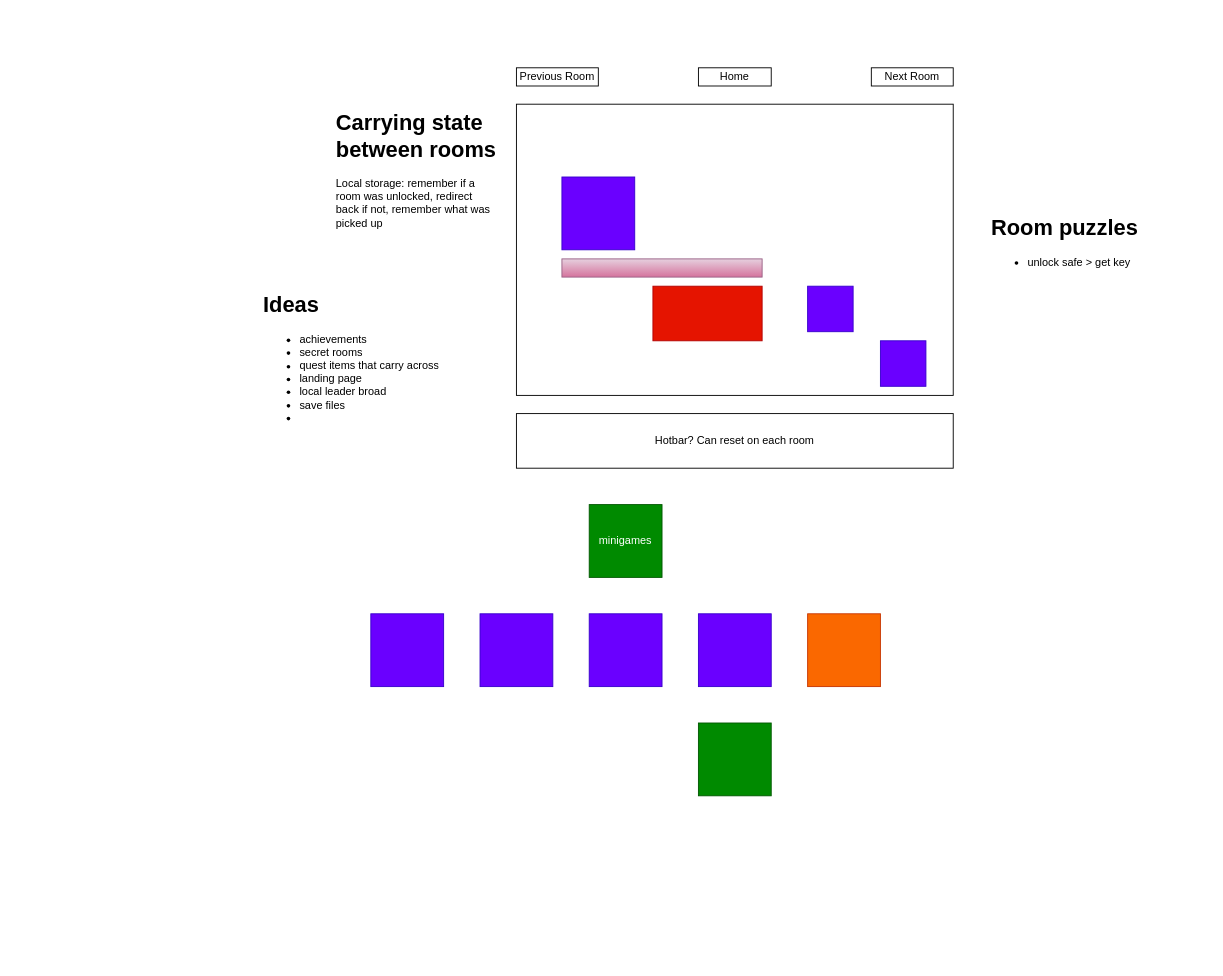
Above: plan.drawio in 2004seraph/SET08101 (draw.io), before the change. Source tidied: cells renumbered, new cells numbered last; positions are measured from the earlier drawing's top-left corner, leaving out a move shared by most shapes. Both pictures are drawn from the tidied source at 91%, with x=0, y=0 at pixel (261, 67).
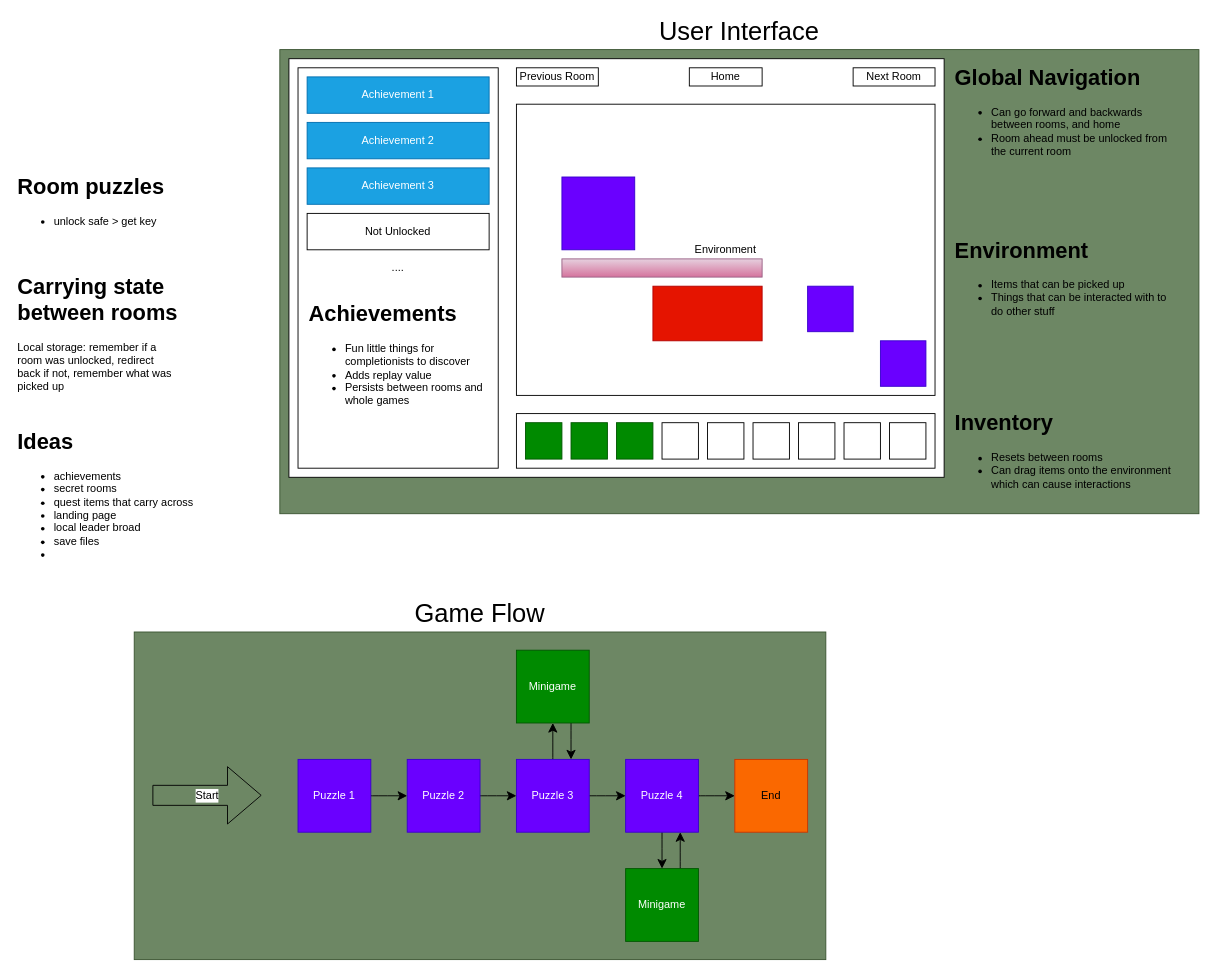
After the change.

The edit, as a diff of the source:
```diff
@@
+    <mxCell id="12" value="&lt;h1 style=&quot;margin-top: 0px;&quot;&gt;Carrying state between rooms&lt;/h1&gt;&lt;p&gt;Local storage: remember if a room was unlocked, redirect back if not, remember what was picked up&lt;/p&gt;" style="text;html=1;whiteSpace=wrap;overflow=hidden;rounded=0;" parent="1" vertex="1">
+      <mxGeometry x="-270" y="220" width="180" height="160" as="geometry" />
+    </mxCell>
+    <mxCell id="13" value="&lt;h1 style=&quot;margin-top: 0px;&quot;&gt;Ideas&lt;/h1&gt;&lt;ul&gt;&lt;li&gt;achievements&lt;/li&gt;&lt;li&gt;secret rooms&lt;/li&gt;&lt;li&gt;quest items that carry across&lt;/li&gt;&lt;li&gt;landing page&lt;/li&gt;&lt;li&gt;local leader broad&lt;/li&gt;&lt;li&gt;save files&lt;/li&gt;&lt;li&gt;&lt;br&gt;&lt;/li&gt;&lt;/ul&gt;" style="text;html=1;whiteSpace=wrap;overflow=hidden;rounded=0;" parent="1" vertex="1">
+      <mxGeometry x="-270" y="390" width="240" height="220" as="geometry" />
+    </mxCell>
+    <mxCell id="14" value="&lt;h1 style=&quot;margin-top: 0px;&quot;&gt;Room puzzles&lt;/h1&gt;&lt;ul&gt;&lt;li&gt;unlock safe &amp;gt; get key&lt;/li&gt;&lt;/ul&gt;" style="text;html=1;whiteSpace=wrap;overflow=hidden;rounded=0;" parent="1" vertex="1">
+      <mxGeometry x="-270" y="110" width="190" height="100" as="geometry" />
+    </mxCell>
+    <mxCell id="22" style="group;" parent="1" vertex="1">
+      <mxGeometry x="20" y="-20" width="1010" height="510" as="geometry" />
+    </mxCell>
+    <mxCell id="23" value="User Interface" style="rounded=0;whiteSpace=wrap;html=1;fillColor=#6d8764;fontColor=default;strokeColor=#3A5431;labelPosition=center;verticalLabelPosition=top;align=center;verticalAlign=bottom;labelBackgroundColor=none;fontSize=28;" parent="22" vertex="1">
+      <mxGeometry width="1010" height="510" as="geometry" />
+    </mxCell>
+    <mxCell id="24" style="rounded=0;whiteSpace=wrap;html=1;" parent="22" vertex="1">
+      <mxGeometry x="10" y="10" width="720" height="460" as="geometry" />
+    </mxCell>
-    <mxCell id="2" style="rounded=0;whiteSpace=wrap;html=1;" parent="1" vertex="1">
-      <mxGeometry x="280" y="40" width="480" height="320" as="geometry" />
+    <mxCell id="2" value="Environment" style="rounded=0;whiteSpace=wrap;html=1;" parent="22" vertex="1">
+      <mxGeometry x="260" y="60" width="460" height="320" as="geometry" />
     </mxCell>
-    <mxCell id="3" value="Home" style="rounded=0;whiteSpace=wrap;html=1;" parent="1" vertex="1">
-      <mxGeometry x="480" width="80" height="20" as="geometry" />
+    <mxCell id="3" value="Home" style="rounded=0;whiteSpace=wrap;html=1;" parent="22" vertex="1">
+      <mxGeometry x="450" y="20" width="80" height="20" as="geometry" />
     </mxCell>
-    <mxCell id="4" value="Previous Room" style="rounded=0;whiteSpace=wrap;html=1;" parent="1" vertex="1">
-      <mxGeometry x="280" width="90" height="20" as="geometry" />
+    <mxCell id="4" value="Previous Room" style="rounded=0;whiteSpace=wrap;html=1;" parent="22" vertex="1">
+      <mxGeometry x="260" y="20" width="90" height="20" as="geometry" />
     </mxCell>
-    <mxCell id="5" value="Next Room" style="rounded=0;whiteSpace=wrap;html=1;" parent="1" vertex="1">
-      <mxGeometry x="670" width="90" height="20" as="geometry" />
+    <mxCell id="5" value="Next Room" style="rounded=0;whiteSpace=wrap;html=1;" parent="22" vertex="1">
+      <mxGeometry x="630" y="20" width="90" height="20" as="geometry" />
     </mxCell>
-    <mxCell id="6" value="Hotbar? Can reset on each room" style="rounded=0;whiteSpace=wrap;html=1;" parent="1" vertex="1">
-      <mxGeometry x="280" y="380" width="480" height="60" as="geometry" />
+    <mxCell id="6" style="rounded=0;whiteSpace=wrap;html=1;" parent="22" vertex="1">
+      <mxGeometry x="260" y="400" width="460" height="60" as="geometry" />
     </mxCell>
-    <mxCell id="7" style="whiteSpace=wrap;html=1;fillColor=#6a00ff;fontColor=#ffffff;strokeColor=#3700CC;" parent="1" vertex="1">
-      <mxGeometry x="330" y="120" width="80" height="80" as="geometry" />
+    <mxCell id="7" style="whiteSpace=wrap;html=1;fillColor=#6a00ff;fontColor=#ffffff;strokeColor=#3700CC;" parent="22" vertex="1">
+      <mxGeometry x="310" y="140" width="80" height="80" as="geometry" />
     </mxCell>
-    <mxCell id="8" style="whiteSpace=wrap;html=1;fillColor=#6a00ff;fontColor=#ffffff;strokeColor=#3700CC;" parent="1" vertex="1">
-      <mxGeometry x="680" y="300" width="50" height="50" as="geometry" />
+    <mxCell id="8" style="whiteSpace=wrap;html=1;fillColor=#6a00ff;fontColor=#ffffff;strokeColor=#3700CC;" parent="22" vertex="1">
+      <mxGeometry x="660" y="320" width="50" height="50" as="geometry" />
     </mxCell>
-    <mxCell id="9" style="whiteSpace=wrap;html=1;fillColor=#6a00ff;fontColor=#ffffff;strokeColor=#3700CC;" parent="1" vertex="1">
-      <mxGeometry x="600" y="240" width="50" height="50" as="geometry" />
+    <mxCell id="9" style="whiteSpace=wrap;html=1;fillColor=#6a00ff;fontColor=#ffffff;strokeColor=#3700CC;" parent="22" vertex="1">
+      <mxGeometry x="580" y="260" width="50" height="50" as="geometry" />
     </mxCell>
-    <mxCell id="10" style="rounded=0;whiteSpace=wrap;html=1;fillColor=#e6d0de;strokeColor=#996185;gradientColor=#d5739d;" parent="1" vertex="1">
-      <mxGeometry x="330" y="210" width="220" height="20" as="geometry" />
+    <mxCell id="10" style="rounded=0;whiteSpace=wrap;html=1;fillColor=#e6d0de;strokeColor=#996185;gradientColor=#d5739d;" parent="22" vertex="1">
+      <mxGeometry x="310" y="230" width="220" height="20" as="geometry" />
     </mxCell>
-    <mxCell id="11" style="rounded=0;whiteSpace=wrap;html=1;fillColor=#e51400;strokeColor=#B20000;fontColor=#ffffff;" parent="1" vertex="1">
-      <mxGeometry x="430" y="240" width="120" height="60" as="geometry" />
+    <mxCell id="11" style="rounded=0;whiteSpace=wrap;html=1;fillColor=#e51400;strokeColor=#B20000;fontColor=#ffffff;" parent="22" vertex="1">
+      <mxGeometry x="410" y="260" width="120" height="60" as="geometry" />
     </mxCell>
-    <mxCell id="12" value="&lt;h1 style=&quot;margin-top: 0px;&quot;&gt;Carrying state between rooms&lt;/h1&gt;&lt;p&gt;Local storage: remember if a room was unlocked, redirect back if not, remember what was picked up&lt;/p&gt;" style="text;html=1;whiteSpace=wrap;overflow=hidden;rounded=0;" parent="1" vertex="1">
-      <mxGeometry x="80" y="40" width="180" height="160" as="geometry" />
-    </mxCell>
-    <mxCell id="13" value="&lt;h1 style=&quot;margin-top: 0px;&quot;&gt;Ideas&lt;/h1&gt;&lt;ul&gt;&lt;li&gt;achievements&lt;/li&gt;&lt;li&gt;secret rooms&lt;/li&gt;&lt;li&gt;quest items that carry across&lt;/li&gt;&lt;li&gt;landing page&lt;/li&gt;&lt;li&gt;local leader broad&lt;/li&gt;&lt;li&gt;save files&lt;/li&gt;&lt;li&gt;&lt;br&gt;&lt;/li&gt;&lt;/ul&gt;" style="text;html=1;whiteSpace=wrap;overflow=hidden;rounded=0;" parent="1" vertex="1">
-      <mxGeometry y="240" width="240" height="220" as="geometry" />
-    </mxCell>
-    <mxCell id="14" value="&lt;h1 style=&quot;margin-top: 0px;&quot;&gt;Room puzzles&lt;/h1&gt;&lt;ul&gt;&lt;li&gt;unlock safe &amp;gt; get key&lt;/li&gt;&lt;/ul&gt;" style="text;html=1;whiteSpace=wrap;overflow=hidden;rounded=0;" parent="1" vertex="1">
-      <mxGeometry x="800" y="155" width="240" height="220" as="geometry" />
-    </mxCell>
+    <mxCell id="25" style="whiteSpace=wrap;html=1;fillColor=#008a00;fontColor=#ffffff;strokeColor=#005700;" parent="22" vertex="1">
+      <mxGeometry x="270" y="410" width="40" height="40" as="geometry" />
+    </mxCell>
+    <mxCell id="26" style="whiteSpace=wrap;html=1;fillColor=#008a00;fontColor=#ffffff;strokeColor=#005700;" parent="22" vertex="1">
+      <mxGeometry x="320" y="410" width="40" height="40" as="geometry" />
+    </mxCell>
+    <mxCell id="27" style="whiteSpace=wrap;html=1;fillColor=#008a00;fontColor=#ffffff;strokeColor=#005700;" parent="22" vertex="1">
+      <mxGeometry x="370" y="410" width="40" height="40" as="geometry" />
+    </mxCell>
+    <mxCell id="28" style="whiteSpace=wrap;html=1;" parent="22" vertex="1">
+      <mxGeometry x="420" y="410" width="40" height="40" as="geometry" />
+    </mxCell>
+    <mxCell id="29" style="whiteSpace=wrap;html=1;" parent="22" vertex="1">
+      <mxGeometry x="470" y="410" width="40" height="40" as="geometry" />
+    </mxCell>
+    <mxCell id="30" style="whiteSpace=wrap;html=1;" parent="22" vertex="1">
+      <mxGeometry x="520" y="410" width="40" height="40" as="geometry" />
+    </mxCell>
+    <mxCell id="31" style="whiteSpace=wrap;html=1;" parent="22" vertex="1">
+      <mxGeometry x="570" y="410" width="40" height="40" as="geometry" />
+    </mxCell>
+    <mxCell id="32" style="whiteSpace=wrap;html=1;" parent="22" vertex="1">
+      <mxGeometry x="620" y="410" width="40" height="40" as="geometry" />
+    </mxCell>
+    <mxCell id="33" style="whiteSpace=wrap;html=1;" parent="22" vertex="1">
+      <mxGeometry x="670" y="410" width="40" height="40" as="geometry" />
+    </mxCell>
+    <mxCell id="34" value="&lt;h1 style=&quot;margin-top: 0px;&quot;&gt;Inventory&lt;/h1&gt;&lt;ul&gt;&lt;li&gt;Resets between rooms&lt;/li&gt;&lt;li&gt;Can drag items onto the environment which can cause interactions&lt;/li&gt;&lt;/ul&gt;" style="text;html=1;whiteSpace=wrap;overflow=hidden;rounded=0;" parent="22" vertex="1">
+      <mxGeometry x="740" y="390" width="240" height="110" as="geometry" />
+    </mxCell>
+    <mxCell id="35" value="&lt;h1 style=&quot;margin-top: 0px;&quot;&gt;Global Navigation&lt;/h1&gt;&lt;ul&gt;&lt;li&gt;Can go forward and backwards between rooms, and home&lt;/li&gt;&lt;li&gt;Room ahead must be unlocked from the current room&lt;/li&gt;&lt;/ul&gt;" style="text;html=1;whiteSpace=wrap;overflow=hidden;rounded=0;" parent="22" vertex="1">
+      <mxGeometry x="740" y="10" width="240" height="110" as="geometry" />
+    </mxCell>
+    <mxCell id="36" value="&lt;h1 style=&quot;margin-top: 0px;&quot;&gt;Environment&lt;/h1&gt;&lt;ul&gt;&lt;li&gt;Items that can be picked up&lt;/li&gt;&lt;li&gt;Things that can be interacted with to do other stuff&lt;/li&gt;&lt;/ul&gt;" style="text;html=1;whiteSpace=wrap;overflow=hidden;rounded=0;" parent="22" vertex="1">
+      <mxGeometry x="740" y="200" width="240" height="110" as="geometry" />
+    </mxCell>
+    <mxCell id="37" value="...." style="rounded=0;whiteSpace=wrap;html=1;" parent="22" vertex="1">
+      <mxGeometry x="20" y="20" width="220" height="440" as="geometry" />
+    </mxCell>
+    <mxCell id="38" value="Achievement 1" style="rounded=0;whiteSpace=wrap;html=1;fillColor=#1ba1e2;strokeColor=#006EAF;fontColor=#ffffff;" parent="22" vertex="1">
+      <mxGeometry x="30" y="30" width="200" height="40" as="geometry" />
+    </mxCell>
+    <mxCell id="39" value="Achievement 2" style="rounded=0;whiteSpace=wrap;html=1;fillColor=#1ba1e2;strokeColor=#006EAF;fontColor=#ffffff;" parent="22" vertex="1">
+      <mxGeometry x="30" y="80" width="200" height="40" as="geometry" />
+    </mxCell>
+    <mxCell id="40" value="Achievement 3" style="rounded=0;whiteSpace=wrap;html=1;fillColor=#1ba1e2;strokeColor=#006EAF;fontColor=#ffffff;" parent="22" vertex="1">
+      <mxGeometry x="30" y="130" width="200" height="40" as="geometry" />
+    </mxCell>
+    <mxCell id="41" value="Not Unlocked" style="rounded=0;whiteSpace=wrap;html=1;" parent="22" vertex="1">
+      <mxGeometry x="30" y="180" width="200" height="40" as="geometry" />
+    </mxCell>
+    <mxCell id="42" value="&lt;h1 style=&quot;margin-top: 0px;&quot;&gt;Achievements&lt;/h1&gt;&lt;ul&gt;&lt;li&gt;Fun little things for completionists to discover&lt;/li&gt;&lt;li&gt;Adds replay value&lt;/li&gt;&lt;li&gt;Persists between rooms and whole games&lt;/li&gt;&lt;/ul&gt;" style="text;html=1;whiteSpace=wrap;overflow=hidden;rounded=0;" parent="22" vertex="1">
+      <mxGeometry x="30" y="270" width="200" height="180" as="geometry" />
+    </mxCell>
+    <mxCell id="43" style="group;" parent="1" vertex="1">
+      <mxGeometry x="-140" y="620" width="760" height="360" as="geometry" />
+    </mxCell>
+    <mxCell id="44" value="Game Flow" style="rounded=0;whiteSpace=wrap;html=1;fillColor=#6d8764;fontColor=default;strokeColor=#3A5431;labelPosition=center;verticalLabelPosition=top;align=center;verticalAlign=bottom;labelBackgroundColor=none;fontSize=28;" parent="43" vertex="1">
+      <mxGeometry width="760" height="360" as="geometry" />
+    </mxCell>
+    <mxCell id="45" style="edgeStyle=none;curved=1;rounded=0;jettySize=auto;html=1;exitX=1;exitY=0.5;exitDx=0;exitDy=0;entryX=0;entryY=0.5;entryDx=0;entryDy=0;fontSize=12;startSize=8;endSize=8;" parent="43" edge="1" source="15" target="16">
+      <mxGeometry relative="1" as="geometry" />
+    </mxCell>
-    <mxCell id="15" style="whiteSpace=wrap;html=1;fillColor=#6a00ff;fontColor=#ffffff;strokeColor=#3700CC;" parent="1" vertex="1">
-      <mxGeometry x="240" y="600" width="80" height="80" as="geometry" />
+    <mxCell id="15" value="Puzzle 2" style="whiteSpace=wrap;html=1;fillColor=#6a00ff;fontColor=#ffffff;strokeColor=#3700CC;" parent="43" vertex="1">
+      <mxGeometry x="300" y="140" width="80" height="80" as="geometry" />
     </mxCell>
+    <mxCell id="46" style="edgeStyle=none;curved=1;rounded=0;jettySize=auto;html=1;exitX=1;exitY=0.5;exitDx=0;exitDy=0;entryX=0;entryY=0.5;entryDx=0;entryDy=0;fontSize=12;startSize=8;endSize=8;" parent="43" edge="1" source="16" target="17">
+      <mxGeometry relative="1" as="geometry" />
+    </mxCell>
+    <mxCell id="47" style="edgeStyle=none;curved=1;rounded=0;jettySize=auto;html=1;exitX=0.5;exitY=0;exitDx=0;exitDy=0;entryX=0.5;entryY=1;entryDx=0;entryDy=0;fontSize=12;startSize=8;endSize=8;" parent="43" edge="1" source="16" target="20">
+      <mxGeometry relative="1" as="geometry" />
+    </mxCell>
-    <mxCell id="16" style="whiteSpace=wrap;html=1;fillColor=#6a00ff;fontColor=#ffffff;strokeColor=#3700CC;" parent="1" vertex="1">
-      <mxGeometry x="360" y="600" width="80" height="80" as="geometry" />
+    <mxCell id="16" value="Puzzle 3" style="whiteSpace=wrap;html=1;fillColor=#6a00ff;fontColor=#ffffff;strokeColor=#3700CC;" parent="43" vertex="1">
+      <mxGeometry x="420" y="140" width="80" height="80" as="geometry" />
     </mxCell>
+    <mxCell id="48" style="edgeStyle=none;curved=1;rounded=0;jettySize=auto;html=1;exitX=1;exitY=0.5;exitDx=0;exitDy=0;entryX=0;entryY=0.5;entryDx=0;entryDy=0;fontSize=12;startSize=8;endSize=8;" parent="43" edge="1" source="17" target="18">
+      <mxGeometry relative="1" as="geometry" />
+    </mxCell>
+    <mxCell id="49" style="edgeStyle=none;curved=1;rounded=0;jettySize=auto;html=1;exitX=0.5;exitY=1;exitDx=0;exitDy=0;entryX=0.5;entryY=0;entryDx=0;entryDy=0;fontSize=12;startSize=8;endSize=8;" parent="43" edge="1" source="17" target="19">
+      <mxGeometry relative="1" as="geometry" />
+    </mxCell>
-    <mxCell id="17" style="whiteSpace=wrap;html=1;fillColor=#6a00ff;fontColor=#ffffff;strokeColor=#3700CC;" parent="1" vertex="1">
-      <mxGeometry x="480" y="600" width="80" height="80" as="geometry" />
+    <mxCell id="17" value="Puzzle 4" style="whiteSpace=wrap;html=1;fillColor=#6a00ff;fontColor=#ffffff;strokeColor=#3700CC;" parent="43" vertex="1">
+      <mxGeometry x="540" y="140" width="80" height="80" as="geometry" />
     </mxCell>
-    <mxCell id="18" style="whiteSpace=wrap;html=1;fillColor=#fa6800;fontColor=#000000;strokeColor=#C73500;" parent="1" vertex="1">
-      <mxGeometry x="600" y="600" width="80" height="80" as="geometry" />
+    <mxCell id="18" value="End" style="whiteSpace=wrap;html=1;fillColor=#fa6800;fontColor=#000000;strokeColor=#C73500;" parent="43" vertex="1">
+      <mxGeometry x="660" y="140" width="80" height="80" as="geometry" />
     </mxCell>
+    <mxCell id="50" style="edgeStyle=none;curved=1;rounded=0;jettySize=auto;html=1;exitX=0.75;exitY=0;exitDx=0;exitDy=0;entryX=0.75;entryY=1;entryDx=0;entryDy=0;fontSize=12;startSize=8;endSize=8;" parent="43" edge="1" source="19" target="17">
+      <mxGeometry relative="1" as="geometry" />
+    </mxCell>
-    <mxCell id="19" style="whiteSpace=wrap;html=1;fillColor=#008a00;fontColor=#ffffff;strokeColor=#005700;" parent="1" vertex="1">
-      <mxGeometry x="480" y="720" width="80" height="80" as="geometry" />
+    <mxCell id="19" value="Minigame" style="whiteSpace=wrap;html=1;fillColor=#008a00;fontColor=#ffffff;strokeColor=#005700;" parent="43" vertex="1">
+      <mxGeometry x="540" y="260" width="80" height="80" as="geometry" />
     </mxCell>
+    <mxCell id="51" style="edgeStyle=none;curved=1;rounded=0;jettySize=auto;html=1;exitX=0.75;exitY=1;exitDx=0;exitDy=0;entryX=0.75;entryY=0;entryDx=0;entryDy=0;fontSize=12;startSize=8;endSize=8;" parent="43" edge="1" source="20" target="16">
+      <mxGeometry relative="1" as="geometry" />
+    </mxCell>
-    <mxCell id="20" value="minigames" style="whiteSpace=wrap;html=1;fillColor=#008a00;fontColor=#ffffff;strokeColor=#005700;" parent="1" vertex="1">
-      <mxGeometry x="360" y="480" width="80" height="80" as="geometry" />
+    <mxCell id="20" value="Minigame" style="whiteSpace=wrap;html=1;fillColor=#008a00;fontColor=#ffffff;strokeColor=#005700;" parent="43" vertex="1">
+      <mxGeometry x="420" y="20" width="80" height="80" as="geometry" />
     </mxCell>
+    <mxCell id="52" style="edgeStyle=none;curved=1;rounded=0;jettySize=auto;html=1;exitX=1;exitY=0.5;exitDx=0;exitDy=0;entryX=0;entryY=0.5;entryDx=0;entryDy=0;fontSize=12;startSize=8;endSize=8;" parent="43" edge="1" source="21" target="15">
+      <mxGeometry relative="1" as="geometry" />
+    </mxCell>
-    <mxCell id="21" style="whiteSpace=wrap;html=1;fillColor=#6a00ff;fontColor=#ffffff;strokeColor=#3700CC;" parent="1" vertex="1">
-      <mxGeometry x="120" y="600" width="80" height="80" as="geometry" />
+    <mxCell id="21" value="Puzzle 1" style="whiteSpace=wrap;html=1;fillColor=#6a00ff;fontColor=#ffffff;strokeColor=#3700CC;" parent="43" vertex="1">
+      <mxGeometry x="180" y="140" width="80" height="80" as="geometry" />
     </mxCell>
+    <mxCell id="53" value="Start" style="shape=flexArrow;endArrow=classic;html=1;rounded=0;fontSize=12;startSize=8;endSize=12;curved=1;width=22;endWidth=40;" parent="43" edge="1">
+      <mxGeometry relative="1" as="geometry">
+        <mxPoint x="20" y="179.5" as="sourcePoint" />
+        <mxPoint x="140" y="179.5" as="targetPoint" />
+      </mxGeometry>
+    </mxCell>
```
